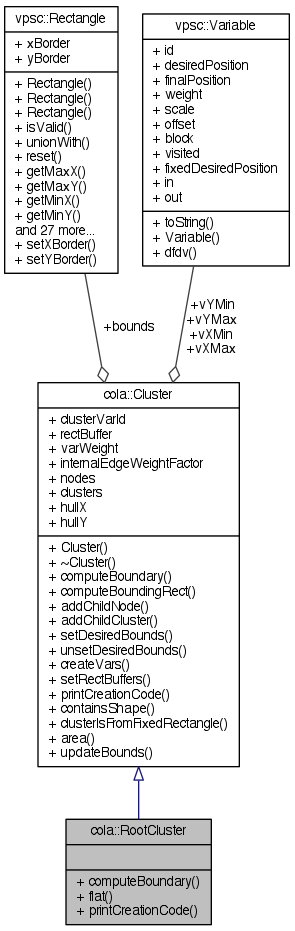
mjwybrow/adaptagrams keeps this Graphviz diagram as documentation/classcola_1_1RootCluster__coll__graph.png. Above is the earlier version. Its source is kept beside it as documentation/classcola_1_1RootCluster__coll__graph.dot.
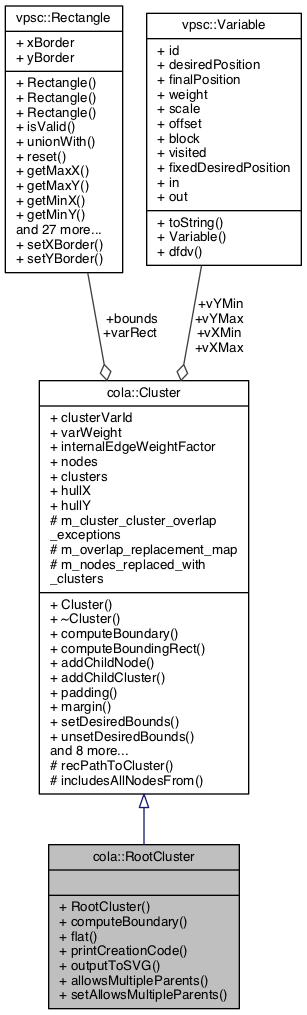
Later version of the same file.

Diff of the diagram source:
```diff
@@ -2,11 +2,11 @@
 {
   edge [fontname="Helvetica",fontsize="10",labelfontname="Helvetica",labelfontsize="10"];
   node [fontname="Helvetica",fontsize="10",shape=record];
-  Node1 [label="{cola::RootCluster\n||+ computeBoundary()\l+ flat()\l+ printCreationCode()\l}",height=0.2,width=0.4,color="black", fillcolor="grey75", style="filled" fontcolor="black"];
+  Node1 [label="{cola::RootCluster\n||+ RootCluster()\l+ computeBoundary()\l+ flat()\l+ printCreationCode()\l+ outputToSVG()\l+ allowsMultipleParents()\l+ setAllowsMultipleParents()\l}",height=0.2,width=0.4,color="black", fillcolor="grey75", style="filled", fontcolor="black"];
   Node2 -> Node1 [dir="back",color="midnightblue",fontsize="10",style="solid",arrowtail="onormal",fontname="Helvetica"];
-  Node2 [label="{cola::Cluster\n|+ clusterVarId\l+ rectBuffer\l+ varWeight\l+ internalEdgeWeightFactor\l+ nodes\l+ clusters\l+ hullX\l+ hullY\l|+ Cluster()\l+ ~Cluster()\l+ computeBoundary()\l+ computeBoundingRect()\l+ addChildNode()\l+ addChildCluster()\l+ setDesiredBounds()\l+ unsetDesiredBounds()\l+ createVars()\l+ setRectBuffers()\l+ printCreationCode()\l+ containsShape()\l+ clusterIsFromFixedRectangle()\l+ area()\l+ updateBounds()\l}",height=0.2,width=0.4,color="black", fillcolor="white", style="filled",URL="$classcola_1_1Cluster.html",tooltip="A cluster defines a hierarchical partitioning over the nodes which should be kept disjoint by the lay..."];
-  Node3 -> Node2 [color="grey25",fontsize="10",style="solid",label=" +bounds" ,arrowhead="odiamond",fontname="Helvetica"];
+  Node2 [label="{cola::Cluster\n|+ clusterVarId\l+ varWeight\l+ internalEdgeWeightFactor\l+ nodes\l+ clusters\l+ hullX\l+ hullY\l# m_cluster_cluster_overlap\l_exceptions\l# m_overlap_replacement_map\l# m_nodes_replaced_with\l_clusters\l|+ Cluster()\l+ ~Cluster()\l+ computeBoundary()\l+ computeBoundingRect()\l+ addChildNode()\l+ addChildCluster()\l+ padding()\l+ margin()\l+ setDesiredBounds()\l+ unsetDesiredBounds()\land 8 more...\l# recPathToCluster()\l# includesAllNodesFrom()\l}",height=0.2,width=0.4,color="black", fillcolor="white", style="filled",URL="$classcola_1_1Cluster.html",tooltip="A cluster defines a hierarchical partitioning over the nodes which should be kept disjoint by the lay..."];
+  Node3 -> Node2 [color="grey25",fontsize="10",style="solid",label=" +bounds\n+varRect" ,arrowhead="odiamond",fontname="Helvetica"];
   Node3 [label="{vpsc::Rectangle\n|+ xBorder\l+ yBorder\l|+ Rectangle()\l+ Rectangle()\l+ Rectangle()\l+ isValid()\l+ unionWith()\l+ reset()\l+ getMaxX()\l+ getMaxY()\l+ getMinX()\l+ getMinY()\land 27 more...\l+ setXBorder()\l+ setYBorder()\l}",height=0.2,width=0.4,color="black", fillcolor="white", style="filled",URL="$classvpsc_1_1Rectangle.html",tooltip="A rectangle represents a fixed-size shape in the diagram that may be moved to prevent overlaps and sa..."];
   Node4 -> Node2 [color="grey25",fontsize="10",style="solid",label=" +vYMin\n+vYMax\n+vXMin\n+vXMax" ,arrowhead="odiamond",fontname="Helvetica"];
-  Node4 [label="{vpsc::Variable\n|+ id\l+ desiredPosition\l+ finalPosition\l+ weight\l+ scale\l+ offset\l+ block\l+ visited\l+ fixedDesiredPosition\l+ in\l+ out\l|+ toString()\l+ Variable()\l+ dfdv()\l}",height=0.2,width=0.4,color="black", fillcolor="white", style="filled",URL="$classvpsc_1_1Variable.html",tooltip="A variable is comprised of an ideal position, final position and a weight."];
+  Node4 [label="{vpsc::Variable\n|+ id\l+ desiredPosition\l+ finalPosition\l+ weight\l+ scale\l+ offset\l+ block\l+ visited\l+ fixedDesiredPosition\l+ in\l+ out\l|+ toString()\l+ Variable()\l+ dfdv()\l}",height=0.2,width=0.4,color="black", fillcolor="white", style="filled",URL="$classvpsc_1_1Variable.html",tooltip="A variable is comprised of an ideal position, final position and a weight. "];
 }
```
